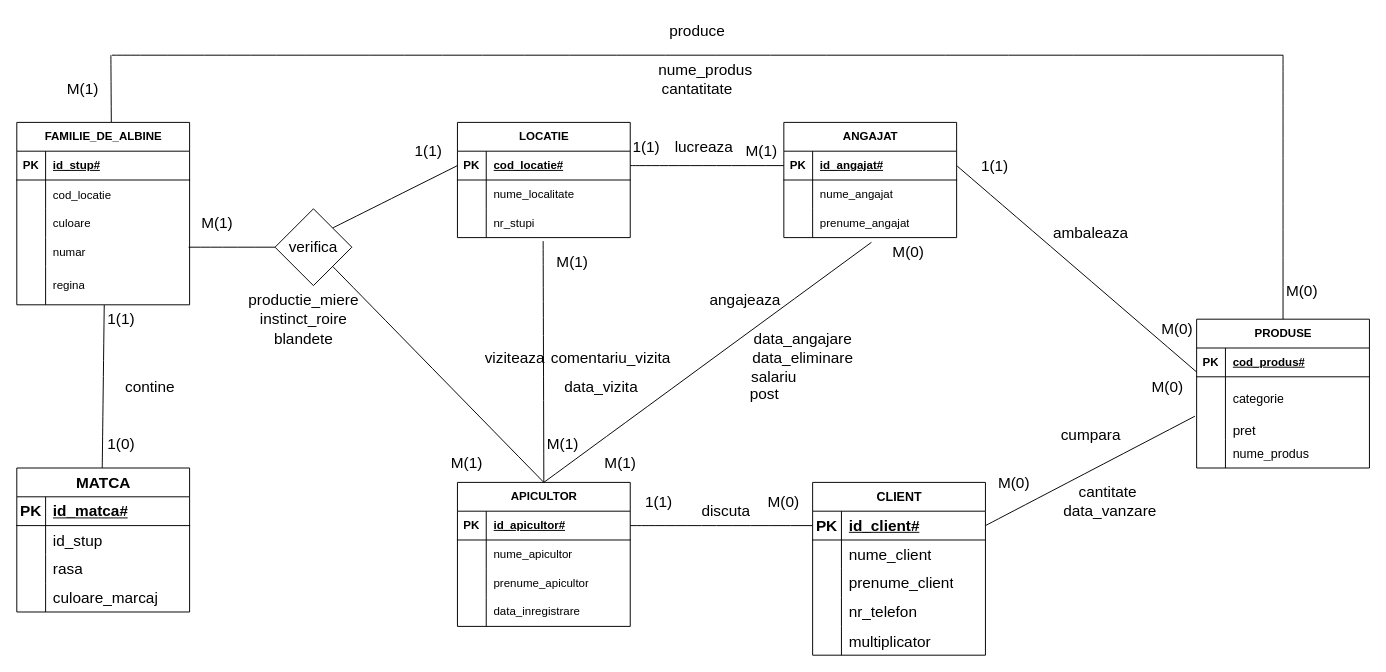
This is page "Page-1" (1 of 2) of Diagramă fără titlu.drawio from Matoka26/DataBase-Stupina, a draw.io file, before an edit. Source tidied: cells renumbered, new cells numbered last; positions are measured from the earlier drawing's top-left corner, leaving out a move shared by most shapes. Both pictures are drawn from the tidied source at 96%, with x=0, y=0 at pixel (16, 16).
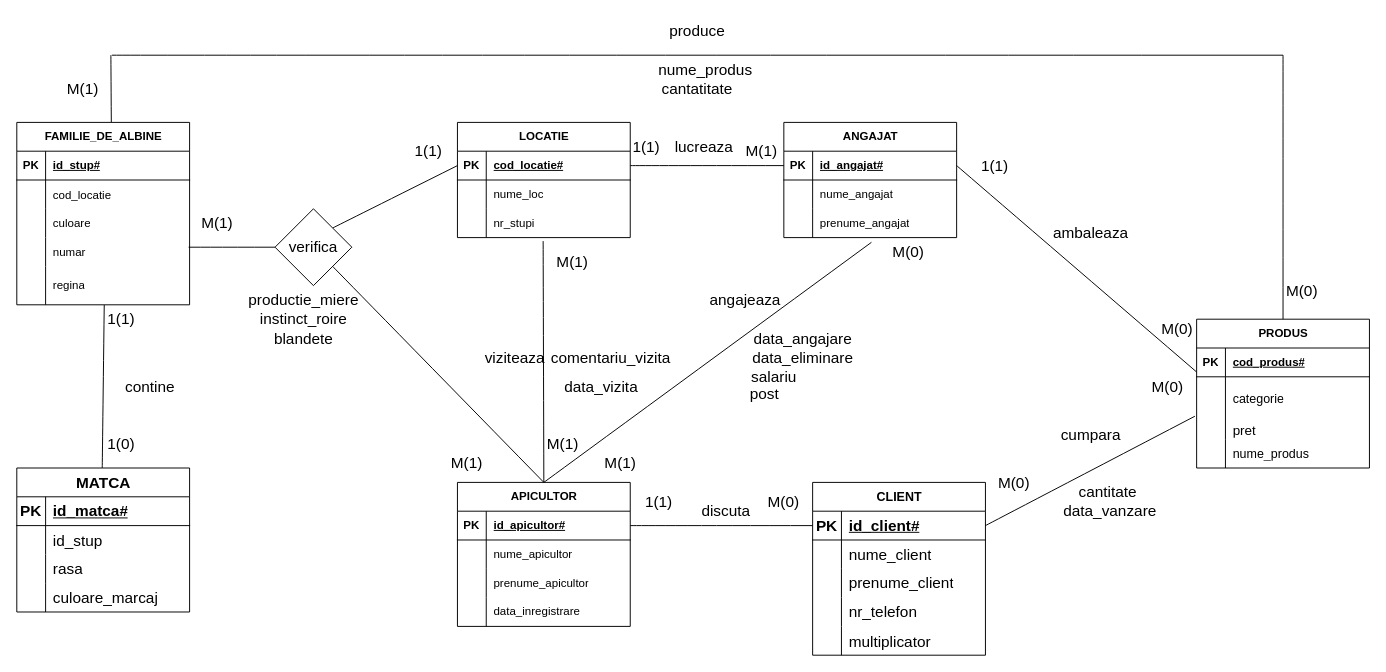
Above is the later version.

The change refers to these unchanged cells:
```xml
<mxCell id="19" style="shape=tableRow;horizontal=0;startSize=0;swimlaneHead=0;swimlaneBody=0;fillColor=none;top=0;left=0;right=0;bottom=0;" parent="15" vertex="1">
  <mxGeometry y="60" width="180" height="30" as="geometry" />
</mxCell>
```

The edit, as a diff of the source:
```diff
@@
-    <mxCell id="21" value="nume_localitate" style="shape=partialRectangle;fillColor=none;top=0;left=0;bottom=0;right=0;align=left;spacingLeft=6;overflow=hidden;whiteSpace=wrap;html=1;" parent="19" vertex="1">
+    <mxCell id="21" value="nume_loc" style="shape=partialRectangle;fillColor=none;top=0;left=0;bottom=0;right=0;align=left;spacingLeft=6;overflow=hidden;whiteSpace=wrap;html=1;" parent="19" vertex="1">
       <mxGeometry x="30" width="150" height="30" as="geometry" />
     </mxCell>
@@
-    <mxCell id="51" value="PRODUSE" style="shape=table;startSize=30;childLayout=tableLayout;rowLines=0;fontStyle=1;align=center;html=1;" parent="1" vertex="1">
+    <mxCell id="51" value="PRODUS" style="shape=table;startSize=30;childLayout=tableLayout;rowLines=0;fontStyle=1;align=center;html=1;" parent="1" vertex="1">
       <mxGeometry x="1229" y="315" width="180" height="155" as="geometry" />
     </mxCell>
```
